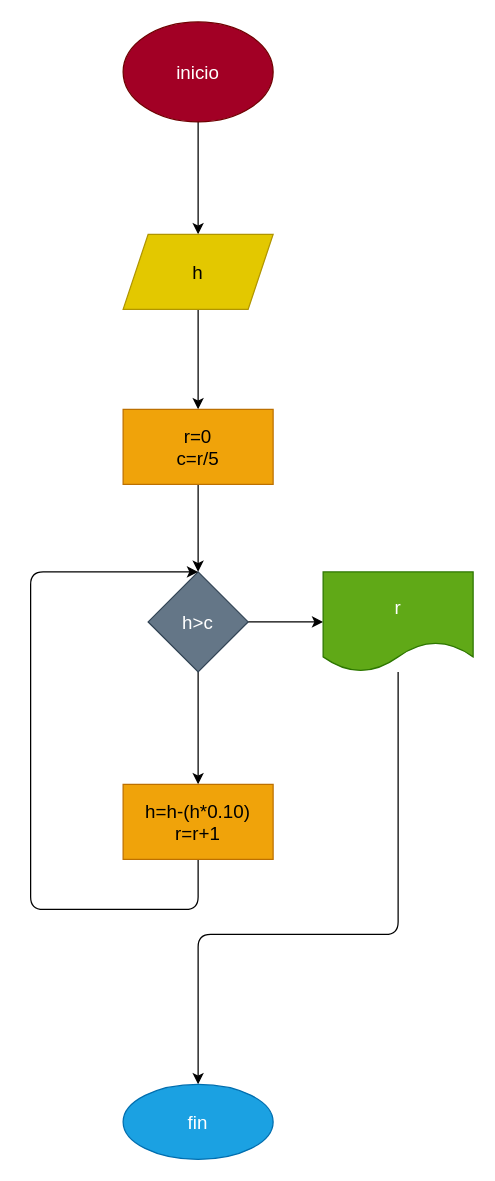
Above: diagrama.drawio in john2224769/Rebote_pelota (draw.io), before the change. Source tidied: cells renumbered, new cells numbered last; positions are measured from the earlier drawing's top-left corner, leaving out a move shared by most shapes. Both pictures are drawn from the tidied source at 125%, with x=0, y=0 at pixel (30, 21).
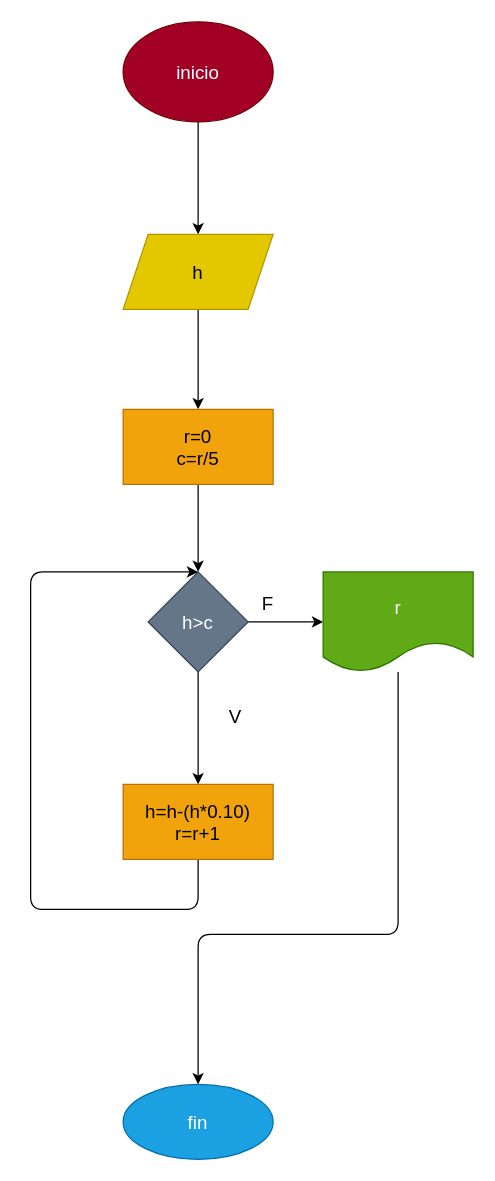
The same page after the edit.

Change to the diagram source:
```diff
@@
+    <mxCell id="16" value="V" style="text;html=1;strokeColor=none;fillColor=none;align=center;verticalAlign=middle;whiteSpace=wrap;rounded=0;fontSize=15;" parent="1" vertex="1">
+      <mxGeometry x="134" y="540" width="60" height="30" as="geometry" />
+    </mxCell>
+    <mxCell id="17" value="F" style="text;html=1;strokeColor=none;fillColor=none;align=center;verticalAlign=middle;whiteSpace=wrap;rounded=0;fontSize=15;" parent="1" vertex="1">
+      <mxGeometry x="160" y="450" width="60" height="30" as="geometry" />
+    </mxCell>
```
